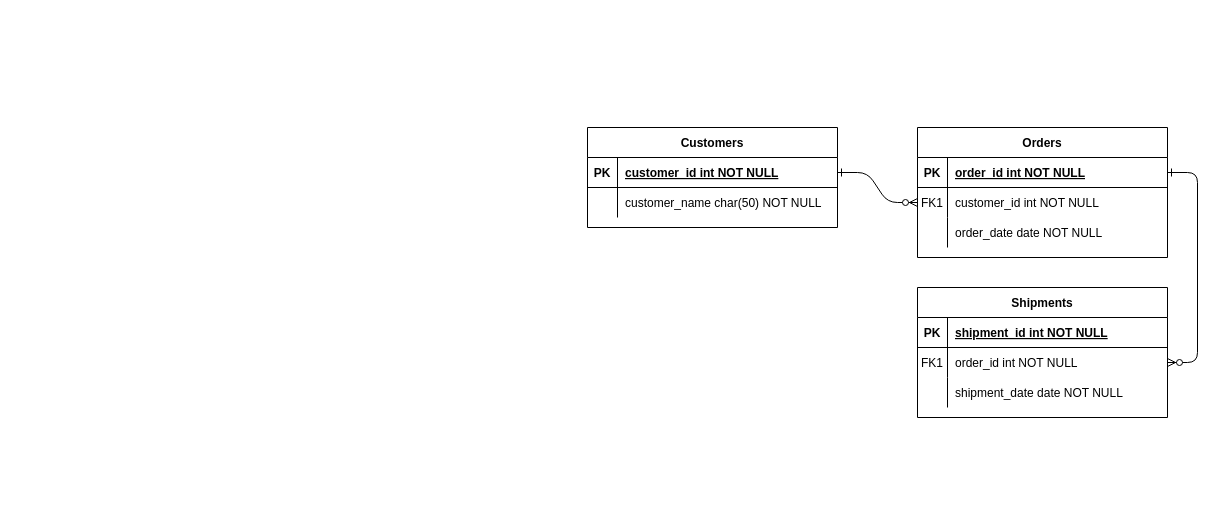
Above: backend/Диаграмма без названия.drawio in Denriandro/foodgram-project-react (draw.io), before the change. Source tidied: cells renumbered, new cells numbered last; positions are measured from the earlier drawing's top-left corner, leaving out a move shared by most shapes. Both pictures are drawn from the tidied source at 100%, with x=0, y=0 at pixel (587, 127).
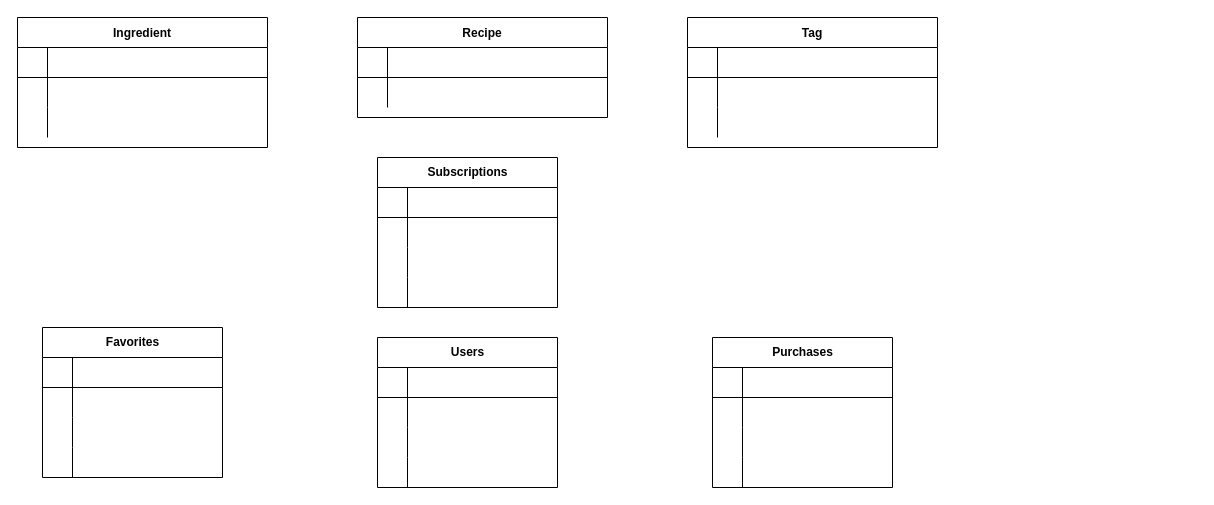
Above is the later version.

The change refers to these unchanged cells:
```xml
<mxCell id="5" style="shape=partialRectangle;fillColor=none;points=[[0,0.5],[1,0.5]];portConstraint=eastwest;top=0;left=0;right=0;bottom=1;" parent="4" vertex="1">
  <mxGeometry y="30" width="250" height="30" as="geometry" />
</mxCell>
<mxCell id="8" style="shape=partialRectangle;fillColor=none;points=[[0,0.5],[1,0.5]];portConstraint=eastwest;top=0;left=0;right=0;bottom=0;" parent="4" vertex="1">
  <mxGeometry y="60" width="250" height="30" as="geometry" />
</mxCell>
<mxCell id="11" style="shape=partialRectangle;fillColor=none;top=0;left=0;right=0;bottom=0;" parent="4" vertex="1">
  <mxGeometry y="90" width="250" height="30" as="geometry" />
</mxCell>
<mxCell id="15" style="shape=partialRectangle;fillColor=none;top=0;left=0;right=0;bottom=1;" parent="14" vertex="1">
  <mxGeometry y="30" width="250" height="30" as="geometry" />
</mxCell>
<mxCell id="18" style="shape=partialRectangle;fillColor=none;points=[[0,0.5],[1,0.5]];portConstraint=eastwest;top=0;left=0;right=0;bottom=0;" parent="14" vertex="1">
  <mxGeometry y="60" width="250" height="30" as="geometry" />
</mxCell>
<mxCell id="21" style="shape=partialRectangle;fillColor=none;top=0;left=0;right=0;bottom=0;" parent="14" vertex="1">
  <mxGeometry y="90" width="250" height="30" as="geometry" />
</mxCell>
```

Diff of the diagram source:
```diff
@@
-    <mxCell id="2" style="edgeStyle=entityRelationEdgeStyle;endArrow=ERzeroToMany;startArrow=ERone;endFill=1;startFill=0;" parent="1" edge="1" source="25" target="8">
-      <mxGeometry relative="1" as="geometry" />
-    </mxCell>
-    <mxCell id="3" style="edgeStyle=entityRelationEdgeStyle;endArrow=ERzeroToMany;startArrow=ERone;endFill=1;startFill=0;" parent="1" edge="1" source="5" target="18">
-      <mxGeometry relative="1" as="geometry" />
-    </mxCell>
-    <mxCell id="4" value="Orders" style="shape=table;startSize=30;childLayout=tableLayout;rowLines=0;fontStyle=1;align=center;" parent="1" vertex="1">
-      <mxGeometry x="330" width="250" height="130" as="geometry" />
+    <mxCell id="4" value="Ingredient" style="shape=table;startSize=30;childLayout=tableLayout;rowLines=0;fontStyle=1;align=center;" parent="1" vertex="1">
+      <mxGeometry x="-570" y="-110" width="250" height="130" as="geometry" />
     </mxCell>
@@
-    <mxCell id="6" value="PK" style="shape=partialRectangle;overflow=hidden;fillColor=none;top=0;left=0;bottom=0;right=0;fontStyle=1;" parent="5" vertex="1">
+    <mxCell id="6" style="shape=partialRectangle;overflow=hidden;fillColor=none;top=0;left=0;bottom=0;right=0;fontStyle=1;" parent="5" vertex="1">
       <mxGeometry width="30" height="30" as="geometry" />
     </mxCell>
-    <mxCell id="7" value="order_id int NOT NULL " style="shape=partialRectangle;overflow=hidden;fillColor=none;top=0;left=0;bottom=0;right=0;align=left;spacingLeft=6;fontStyle=5;" parent="5" vertex="1">
+    <mxCell id="7" style="shape=partialRectangle;overflow=hidden;fillColor=none;top=0;left=0;bottom=0;right=0;align=left;spacingLeft=6;fontStyle=5;" parent="5" vertex="1">
       <mxGeometry x="30" width="220" height="30" as="geometry" />
     </mxCell>
@@
-    <mxCell id="9" value="FK1" style="shape=partialRectangle;overflow=hidden;fillColor=none;top=0;left=0;bottom=0;right=0;" parent="8" vertex="1">
+    <mxCell id="9" style="shape=partialRectangle;overflow=hidden;fillColor=none;top=0;left=0;bottom=0;right=0;" parent="8" vertex="1">
       <mxGeometry width="30" height="30" as="geometry" />
     </mxCell>
-    <mxCell id="10" value="customer_id int NOT NULL" style="shape=partialRectangle;overflow=hidden;fillColor=none;top=0;left=0;bottom=0;right=0;align=left;spacingLeft=6;" parent="8" vertex="1">
+    <mxCell id="10" style="shape=partialRectangle;overflow=hidden;fillColor=none;top=0;left=0;bottom=0;right=0;align=left;spacingLeft=6;" parent="8" vertex="1">
       <mxGeometry x="30" width="220" height="30" as="geometry" />
     </mxCell>
@@
-    <mxCell id="13" value="order_date date NOT NULL" style="shape=partialRectangle;overflow=hidden;fillColor=none;top=0;left=0;bottom=0;right=0;align=left;spacingLeft=6;" parent="11" vertex="1">
+    <mxCell id="13" style="shape=partialRectangle;overflow=hidden;fillColor=none;top=0;left=0;bottom=0;right=0;align=left;spacingLeft=6;" parent="11" vertex="1">
       <mxGeometry x="30" width="220" height="30" as="geometry" />
     </mxCell>
+    <mxCell id="24" value="Recipe" style="shape=table;startSize=30;childLayout=tableLayout;rowLines=0;fontStyle=1;align=center;" parent="1" vertex="1">
+      <mxGeometry x="-230" y="-110" width="250" height="100" as="geometry" />
+    </mxCell>
+    <mxCell id="25" style="shape=partialRectangle;fillColor=none;points=[[0,0.5],[1,0.5]];portConstraint=eastwest;top=0;left=0;right=0;bottom=1;" parent="24" vertex="1">
+      <mxGeometry y="30" width="250" height="30" as="geometry" />
+    </mxCell>
+    <mxCell id="26" style="shape=partialRectangle;overflow=hidden;fillColor=none;top=0;left=0;bottom=0;right=0;fontStyle=1;" parent="25" vertex="1">
+      <mxGeometry width="30" height="30" as="geometry" />
+    </mxCell>
+    <mxCell id="27" style="shape=partialRectangle;overflow=hidden;fillColor=none;top=0;left=0;bottom=0;right=0;align=left;spacingLeft=6;fontStyle=5;" parent="25" vertex="1">
+      <mxGeometry x="30" width="220" height="30" as="geometry" />
+    </mxCell>
+    <mxCell id="28" style="shape=partialRectangle;fillColor=none;top=0;left=0;right=0;bottom=0;" parent="24" vertex="1">
+      <mxGeometry y="60" width="250" height="30" as="geometry" />
+    </mxCell>
+    <mxCell id="29" style="shape=partialRectangle;overflow=hidden;fillColor=none;top=0;left=0;bottom=0;right=0;" parent="28" vertex="1">
+      <mxGeometry width="30" height="30" as="geometry" />
+    </mxCell>
+    <mxCell id="30" style="shape=partialRectangle;overflow=hidden;fillColor=none;top=0;left=0;bottom=0;right=0;align=left;spacingLeft=6;" parent="28" vertex="1">
+      <mxGeometry x="30" width="220" height="30" as="geometry" />
+    </mxCell>
-    <mxCell id="14" value="Shipments" style="shape=table;startSize=30;childLayout=tableLayout;rowLines=0;fontStyle=1;align=center;" parent="1" vertex="1">
-      <mxGeometry x="330" y="160" width="250" height="130" as="geometry" />
+    <mxCell id="14" value="Tag" style="shape=table;startSize=30;childLayout=tableLayout;rowLines=0;fontStyle=1;align=center;" parent="1" vertex="1">
+      <mxGeometry x="100" y="-110" width="250" height="130" as="geometry" />
     </mxCell>
@@
-    <mxCell id="16" value="PK" style="shape=partialRectangle;overflow=hidden;fillColor=none;top=0;left=0;bottom=0;right=0;fontStyle=1;" parent="15" vertex="1">
+    <mxCell id="16" style="shape=partialRectangle;overflow=hidden;fillColor=none;top=0;left=0;bottom=0;right=0;fontStyle=1;" parent="15" vertex="1">
       <mxGeometry width="30" height="30" as="geometry" />
     </mxCell>
-    <mxCell id="17" value="shipment_id int NOT NULL " style="shape=partialRectangle;overflow=hidden;fillColor=none;top=0;left=0;bottom=0;right=0;align=left;spacingLeft=6;fontStyle=5;" parent="15" vertex="1">
+    <mxCell id="17" style="shape=partialRectangle;overflow=hidden;fillColor=none;top=0;left=0;bottom=0;right=0;align=left;spacingLeft=6;fontStyle=5;" parent="15" vertex="1">
       <mxGeometry x="30" width="220" height="30" as="geometry" />
     </mxCell>
@@
-    <mxCell id="19" value="FK1" style="shape=partialRectangle;overflow=hidden;fillColor=none;top=0;left=0;bottom=0;right=0;" parent="18" vertex="1">
+    <mxCell id="19" style="shape=partialRectangle;overflow=hidden;fillColor=none;top=0;left=0;bottom=0;right=0;" parent="18" vertex="1">
       <mxGeometry width="30" height="30" as="geometry" />
     </mxCell>
-    <mxCell id="20" value="order_id int NOT NULL" style="shape=partialRectangle;overflow=hidden;fillColor=none;top=0;left=0;bottom=0;right=0;align=left;spacingLeft=6;" parent="18" vertex="1">
+    <mxCell id="20" style="shape=partialRectangle;overflow=hidden;fillColor=none;top=0;left=0;bottom=0;right=0;align=left;spacingLeft=6;" parent="18" vertex="1">
       <mxGeometry x="30" width="220" height="30" as="geometry" />
     </mxCell>
@@
-    <mxCell id="23" value="shipment_date date NOT NULL" style="shape=partialRectangle;overflow=hidden;fillColor=none;top=0;left=0;bottom=0;right=0;align=left;spacingLeft=6;" parent="21" vertex="1">
+    <mxCell id="23" style="shape=partialRectangle;overflow=hidden;fillColor=none;top=0;left=0;bottom=0;right=0;align=left;spacingLeft=6;" parent="21" vertex="1">
       <mxGeometry x="30" width="220" height="30" as="geometry" />
     </mxCell>
-    <mxCell id="24" value="Customers" style="shape=table;startSize=30;childLayout=tableLayout;rowLines=0;fontStyle=1;align=center;" parent="1" vertex="1">
-      <mxGeometry width="250" height="100" as="geometry" />
-    </mxCell>
-    <mxCell id="25" style="shape=partialRectangle;fillColor=none;points=[[0,0.5],[1,0.5]];portConstraint=eastwest;top=0;left=0;right=0;bottom=1;" parent="24" vertex="1">
-      <mxGeometry y="30" width="250" height="30" as="geometry" />
-    </mxCell>
-    <mxCell id="26" value="PK" style="shape=partialRectangle;overflow=hidden;fillColor=none;top=0;left=0;bottom=0;right=0;fontStyle=1;" parent="25" vertex="1">
-      <mxGeometry width="30" height="30" as="geometry" />
-    </mxCell>
-    <mxCell id="27" value="customer_id int NOT NULL " style="shape=partialRectangle;overflow=hidden;fillColor=none;top=0;left=0;bottom=0;right=0;align=left;spacingLeft=6;fontStyle=5;" parent="25" vertex="1">
-      <mxGeometry x="30" width="220" height="30" as="geometry" />
-    </mxCell>
-    <mxCell id="28" style="shape=partialRectangle;fillColor=none;top=0;left=0;right=0;bottom=0;" parent="24" vertex="1">
-      <mxGeometry y="60" width="250" height="30" as="geometry" />
-    </mxCell>
-    <mxCell id="29" style="shape=partialRectangle;overflow=hidden;fillColor=none;top=0;left=0;bottom=0;right=0;" parent="28" vertex="1">
-      <mxGeometry width="30" height="30" as="geometry" />
-    </mxCell>
-    <mxCell id="30" value="customer_name char(50) NOT NULL" style="shape=partialRectangle;overflow=hidden;fillColor=none;top=0;left=0;bottom=0;right=0;align=left;spacingLeft=6;" parent="28" vertex="1">
-      <mxGeometry x="30" width="220" height="30" as="geometry" />
-    </mxCell>
+    <mxCell id="31" value="Users" style="shape=table;startSize=30;childLayout=tableLayout;rowLines=0;fontStyle=1;align=center;html=1;" parent="1" vertex="1">
+      <mxGeometry x="-210" y="210" width="180" height="150" as="geometry" />
+    </mxCell>
+    <mxCell id="32" style="shape=tableRow;horizontal=0;startSize=0;swimlaneHead=0;swimlaneBody=0;fillColor=none;top=0;left=0;right=0;bottom=1;" parent="31" vertex="1">
+      <mxGeometry y="30" width="180" height="30" as="geometry" />
+    </mxCell>
+    <mxCell id="33" style="shape=partialRectangle;fillColor=none;top=0;left=0;bottom=0;right=0;fontStyle=1;overflow=hidden;whiteSpace=wrap;html=1;" parent="32" vertex="1">
+      <mxGeometry width="30" height="30" as="geometry" />
+    </mxCell>
+    <mxCell id="34" style="shape=partialRectangle;fillColor=none;top=0;left=0;bottom=0;right=0;align=left;spacingLeft=6;fontStyle=5;overflow=hidden;whiteSpace=wrap;html=1;" parent="32" vertex="1">
+      <mxGeometry x="30" width="150" height="30" as="geometry" />
+    </mxCell>
+    <mxCell id="35" style="shape=tableRow;horizontal=0;startSize=0;swimlaneHead=0;swimlaneBody=0;fillColor=none;top=0;left=0;right=0;bottom=0;" parent="31" vertex="1">
+      <mxGeometry y="60" width="180" height="30" as="geometry" />
+    </mxCell>
+    <mxCell id="36" style="shape=partialRectangle;fillColor=none;top=0;left=0;bottom=0;right=0;overflow=hidden;whiteSpace=wrap;html=1;" parent="35" vertex="1">
+      <mxGeometry width="30" height="30" as="geometry" />
+    </mxCell>
+    <mxCell id="37" style="shape=partialRectangle;fillColor=none;top=0;left=0;bottom=0;right=0;align=left;spacingLeft=6;overflow=hidden;whiteSpace=wrap;html=1;" parent="35" vertex="1">
+      <mxGeometry x="30" width="150" height="30" as="geometry" />
+    </mxCell>
+    <mxCell id="38" style="shape=tableRow;horizontal=0;startSize=0;swimlaneHead=0;swimlaneBody=0;fillColor=none;top=0;left=0;right=0;bottom=0;" parent="31" vertex="1">
+      <mxGeometry y="90" width="180" height="30" as="geometry" />
+    </mxCell>
+    <mxCell id="39" style="shape=partialRectangle;fillColor=none;top=0;left=0;bottom=0;right=0;overflow=hidden;whiteSpace=wrap;html=1;" parent="38" vertex="1">
+      <mxGeometry width="30" height="30" as="geometry" />
+    </mxCell>
+    <mxCell id="40" style="shape=partialRectangle;fillColor=none;top=0;left=0;bottom=0;right=0;align=left;spacingLeft=6;overflow=hidden;whiteSpace=wrap;html=1;" parent="38" vertex="1">
+      <mxGeometry x="30" width="150" height="30" as="geometry" />
+    </mxCell>
+    <mxCell id="41" style="shape=tableRow;horizontal=0;startSize=0;swimlaneHead=0;swimlaneBody=0;fillColor=none;top=0;left=0;right=0;bottom=0;" parent="31" vertex="1">
+      <mxGeometry y="120" width="180" height="30" as="geometry" />
+    </mxCell>
+    <mxCell id="42" style="shape=partialRectangle;fillColor=none;top=0;left=0;bottom=0;right=0;overflow=hidden;whiteSpace=wrap;html=1;" parent="41" vertex="1">
+      <mxGeometry width="30" height="30" as="geometry" />
+    </mxCell>
+    <mxCell id="43" style="shape=partialRectangle;fillColor=none;top=0;left=0;bottom=0;right=0;align=left;spacingLeft=6;overflow=hidden;whiteSpace=wrap;html=1;" parent="41" vertex="1">
+      <mxGeometry x="30" width="150" height="30" as="geometry" />
+    </mxCell>
+    <mxCell id="44" value="Purchases" style="shape=table;startSize=30;childLayout=tableLayout;rowLines=0;fontStyle=1;align=center;html=1;" parent="1" vertex="1">
+      <mxGeometry x="125" y="210" width="180" height="150" as="geometry" />
+    </mxCell>
+    <mxCell id="45" style="shape=tableRow;horizontal=0;startSize=0;swimlaneHead=0;swimlaneBody=0;fillColor=none;top=0;left=0;right=0;bottom=1;" parent="44" vertex="1">
+      <mxGeometry y="30" width="180" height="30" as="geometry" />
+    </mxCell>
+    <mxCell id="46" style="shape=partialRectangle;fillColor=none;top=0;left=0;bottom=0;right=0;fontStyle=1;overflow=hidden;whiteSpace=wrap;html=1;" parent="45" vertex="1">
+      <mxGeometry width="30" height="30" as="geometry" />
+    </mxCell>
+    <mxCell id="47" style="shape=partialRectangle;fillColor=none;top=0;left=0;bottom=0;right=0;align=left;spacingLeft=6;fontStyle=5;overflow=hidden;whiteSpace=wrap;html=1;" parent="45" vertex="1">
+      <mxGeometry x="30" width="150" height="30" as="geometry" />
+    </mxCell>
+    <mxCell id="48" style="shape=tableRow;horizontal=0;startSize=0;swimlaneHead=0;swimlaneBody=0;fillColor=none;top=0;left=0;right=0;bottom=0;" parent="44" vertex="1">
+      <mxGeometry y="60" width="180" height="30" as="geometry" />
+    </mxCell>
+    <mxCell id="49" style="shape=partialRectangle;fillColor=none;top=0;left=0;bottom=0;right=0;overflow=hidden;whiteSpace=wrap;html=1;" parent="48" vertex="1">
+      <mxGeometry width="30" height="30" as="geometry" />
+    </mxCell>
+    <mxCell id="50" style="shape=partialRectangle;fillColor=none;top=0;left=0;bottom=0;right=0;align=left;spacingLeft=6;overflow=hidden;whiteSpace=wrap;html=1;" parent="48" vertex="1">
+      <mxGeometry x="30" width="150" height="30" as="geometry" />
+    </mxCell>
+    <mxCell id="51" style="shape=tableRow;horizontal=0;startSize=0;swimlaneHead=0;swimlaneBody=0;fillColor=none;top=0;left=0;right=0;bottom=0;" parent="44" vertex="1">
+      <mxGeometry y="90" width="180" height="30" as="geometry" />
+    </mxCell>
+    <mxCell id="52" style="shape=partialRectangle;fillColor=none;top=0;left=0;bottom=0;right=0;overflow=hidden;whiteSpace=wrap;html=1;" parent="51" vertex="1">
+      <mxGeometry width="30" height="30" as="geometry" />
+    </mxCell>
+    <mxCell id="53" style="shape=partialRectangle;fillColor=none;top=0;left=0;bottom=0;right=0;align=left;spacingLeft=6;overflow=hidden;whiteSpace=wrap;html=1;" parent="51" vertex="1">
+      <mxGeometry x="30" width="150" height="30" as="geometry" />
+    </mxCell>
+    <mxCell id="54" style="shape=tableRow;horizontal=0;startSize=0;swimlaneHead=0;swimlaneBody=0;fillColor=none;top=0;left=0;right=0;bottom=0;" parent="44" vertex="1">
+      <mxGeometry y="120" width="180" height="30" as="geometry" />
+    </mxCell>
+    <mxCell id="55" style="shape=partialRectangle;fillColor=none;top=0;left=0;bottom=0;right=0;overflow=hidden;whiteSpace=wrap;html=1;" parent="54" vertex="1">
+      <mxGeometry width="30" height="30" as="geometry" />
+    </mxCell>
+    <mxCell id="56" style="shape=partialRectangle;fillColor=none;top=0;left=0;bottom=0;right=0;align=left;spacingLeft=6;overflow=hidden;whiteSpace=wrap;html=1;" parent="54" vertex="1">
+      <mxGeometry x="30" width="150" height="30" as="geometry" />
+    </mxCell>
+    <mxCell id="57" value="Favorites" style="shape=table;startSize=30;childLayout=tableLayout;rowLines=0;fontStyle=1;align=center;html=1;" parent="1" vertex="1">
+      <mxGeometry x="-545" y="200" width="180" height="150" as="geometry" />
+    </mxCell>
+    <mxCell id="58" style="shape=tableRow;horizontal=0;startSize=0;swimlaneHead=0;swimlaneBody=0;fillColor=none;top=0;left=0;right=0;bottom=1;" parent="57" vertex="1">
+      <mxGeometry y="30" width="180" height="30" as="geometry" />
+    </mxCell>
+    <mxCell id="59" style="shape=partialRectangle;fillColor=none;top=0;left=0;bottom=0;right=0;fontStyle=1;overflow=hidden;whiteSpace=wrap;html=1;" parent="58" vertex="1">
+      <mxGeometry width="30" height="30" as="geometry" />
+    </mxCell>
+    <mxCell id="60" style="shape=partialRectangle;fillColor=none;top=0;left=0;bottom=0;right=0;align=left;spacingLeft=6;fontStyle=5;overflow=hidden;whiteSpace=wrap;html=1;" parent="58" vertex="1">
+      <mxGeometry x="30" width="150" height="30" as="geometry" />
+    </mxCell>
+    <mxCell id="61" style="shape=tableRow;horizontal=0;startSize=0;swimlaneHead=0;swimlaneBody=0;fillColor=none;top=0;left=0;right=0;bottom=0;" parent="57" vertex="1">
+      <mxGeometry y="60" width="180" height="30" as="geometry" />
+    </mxCell>
+    <mxCell id="62" style="shape=partialRectangle;fillColor=none;top=0;left=0;bottom=0;right=0;overflow=hidden;whiteSpace=wrap;html=1;" parent="61" vertex="1">
+      <mxGeometry width="30" height="30" as="geometry" />
+    </mxCell>
+    <mxCell id="63" style="shape=partialRectangle;fillColor=none;top=0;left=0;bottom=0;right=0;align=left;spacingLeft=6;overflow=hidden;whiteSpace=wrap;html=1;" parent="61" vertex="1">
+      <mxGeometry x="30" width="150" height="30" as="geometry" />
+    </mxCell>
+    <mxCell id="64" style="shape=tableRow;horizontal=0;startSize=0;swimlaneHead=0;swimlaneBody=0;fillColor=none;top=0;left=0;right=0;bottom=0;" parent="57" vertex="1">
+      <mxGeometry y="90" width="180" height="30" as="geometry" />
+    </mxCell>
+    <mxCell id="65" style="shape=partialRectangle;fillColor=none;top=0;left=0;bottom=0;right=0;overflow=hidden;whiteSpace=wrap;html=1;" parent="64" vertex="1">
+      <mxGeometry width="30" height="30" as="geometry" />
+    </mxCell>
+    <mxCell id="66" style="shape=partialRectangle;fillColor=none;top=0;left=0;bottom=0;right=0;align=left;spacingLeft=6;overflow=hidden;whiteSpace=wrap;html=1;" parent="64" vertex="1">
+      <mxGeometry x="30" width="150" height="30" as="geometry" />
+    </mxCell>
+    <mxCell id="67" style="shape=tableRow;horizontal=0;startSize=0;swimlaneHead=0;swimlaneBody=0;fillColor=none;top=0;left=0;right=0;bottom=0;" parent="57" vertex="1">
+      <mxGeometry y="120" width="180" height="30" as="geometry" />
+    </mxCell>
+    <mxCell id="68" style="shape=partialRectangle;fillColor=none;top=0;left=0;bottom=0;right=0;overflow=hidden;whiteSpace=wrap;html=1;" parent="67" vertex="1">
+      <mxGeometry width="30" height="30" as="geometry" />
+    </mxCell>
+    <mxCell id="69" style="shape=partialRectangle;fillColor=none;top=0;left=0;bottom=0;right=0;align=left;spacingLeft=6;overflow=hidden;whiteSpace=wrap;html=1;" parent="67" vertex="1">
+      <mxGeometry x="30" width="150" height="30" as="geometry" />
+    </mxCell>
+    <mxCell id="70" value="Subscriptions" style="shape=table;startSize=30;childLayout=tableLayout;rowLines=0;fontStyle=1;align=center;html=1;" parent="1" vertex="1">
+      <mxGeometry x="-210" y="30" width="180" height="150" as="geometry" />
+    </mxCell>
+    <mxCell id="71" style="shape=tableRow;horizontal=0;startSize=0;swimlaneHead=0;swimlaneBody=0;fillColor=none;top=0;left=0;right=0;bottom=1;" parent="70" vertex="1">
+      <mxGeometry y="30" width="180" height="30" as="geometry" />
+    </mxCell>
+    <mxCell id="72" style="shape=partialRectangle;fillColor=none;top=0;left=0;bottom=0;right=0;fontStyle=1;overflow=hidden;whiteSpace=wrap;html=1;" parent="71" vertex="1">
+      <mxGeometry width="30" height="30" as="geometry" />
+    </mxCell>
+    <mxCell id="73" style="shape=partialRectangle;fillColor=none;top=0;left=0;bottom=0;right=0;align=left;spacingLeft=6;fontStyle=5;overflow=hidden;whiteSpace=wrap;html=1;" parent="71" vertex="1">
+      <mxGeometry x="30" width="150" height="30" as="geometry" />
+    </mxCell>
+    <mxCell id="74" style="shape=tableRow;horizontal=0;startSize=0;swimlaneHead=0;swimlaneBody=0;fillColor=none;top=0;left=0;right=0;bottom=0;" parent="70" vertex="1">
+      <mxGeometry y="60" width="180" height="30" as="geometry" />
+    </mxCell>
+    <mxCell id="75" style="shape=partialRectangle;fillColor=none;top=0;left=0;bottom=0;right=0;overflow=hidden;whiteSpace=wrap;html=1;" parent="74" vertex="1">
+      <mxGeometry width="30" height="30" as="geometry" />
+    </mxCell>
+    <mxCell id="76" style="shape=partialRectangle;fillColor=none;top=0;left=0;bottom=0;right=0;align=left;spacingLeft=6;overflow=hidden;whiteSpace=wrap;html=1;" parent="74" vertex="1">
+      <mxGeometry x="30" width="150" height="30" as="geometry" />
+    </mxCell>
+    <mxCell id="77" style="shape=tableRow;horizontal=0;startSize=0;swimlaneHead=0;swimlaneBody=0;fillColor=none;top=0;left=0;right=0;bottom=0;" parent="70" vertex="1">
+      <mxGeometry y="90" width="180" height="30" as="geometry" />
+    </mxCell>
+    <mxCell id="78" style="shape=partialRectangle;fillColor=none;top=0;left=0;bottom=0;right=0;overflow=hidden;whiteSpace=wrap;html=1;" parent="77" vertex="1">
+      <mxGeometry width="30" height="30" as="geometry" />
+    </mxCell>
+    <mxCell id="79" style="shape=partialRectangle;fillColor=none;top=0;left=0;bottom=0;right=0;align=left;spacingLeft=6;overflow=hidden;whiteSpace=wrap;html=1;" parent="77" vertex="1">
+      <mxGeometry x="30" width="150" height="30" as="geometry" />
+    </mxCell>
+    <mxCell id="80" style="shape=tableRow;horizontal=0;startSize=0;swimlaneHead=0;swimlaneBody=0;fillColor=none;top=0;left=0;right=0;bottom=0;" parent="70" vertex="1">
+      <mxGeometry y="120" width="180" height="30" as="geometry" />
+    </mxCell>
+    <mxCell id="81" style="shape=partialRectangle;fillColor=none;top=0;left=0;bottom=0;right=0;overflow=hidden;whiteSpace=wrap;html=1;" parent="80" vertex="1">
+      <mxGeometry width="30" height="30" as="geometry" />
+    </mxCell>
+    <mxCell id="82" style="shape=partialRectangle;fillColor=none;top=0;left=0;bottom=0;right=0;align=left;spacingLeft=6;overflow=hidden;whiteSpace=wrap;html=1;" parent="80" vertex="1">
+      <mxGeometry x="30" width="150" height="30" as="geometry" />
+    </mxCell>
```
